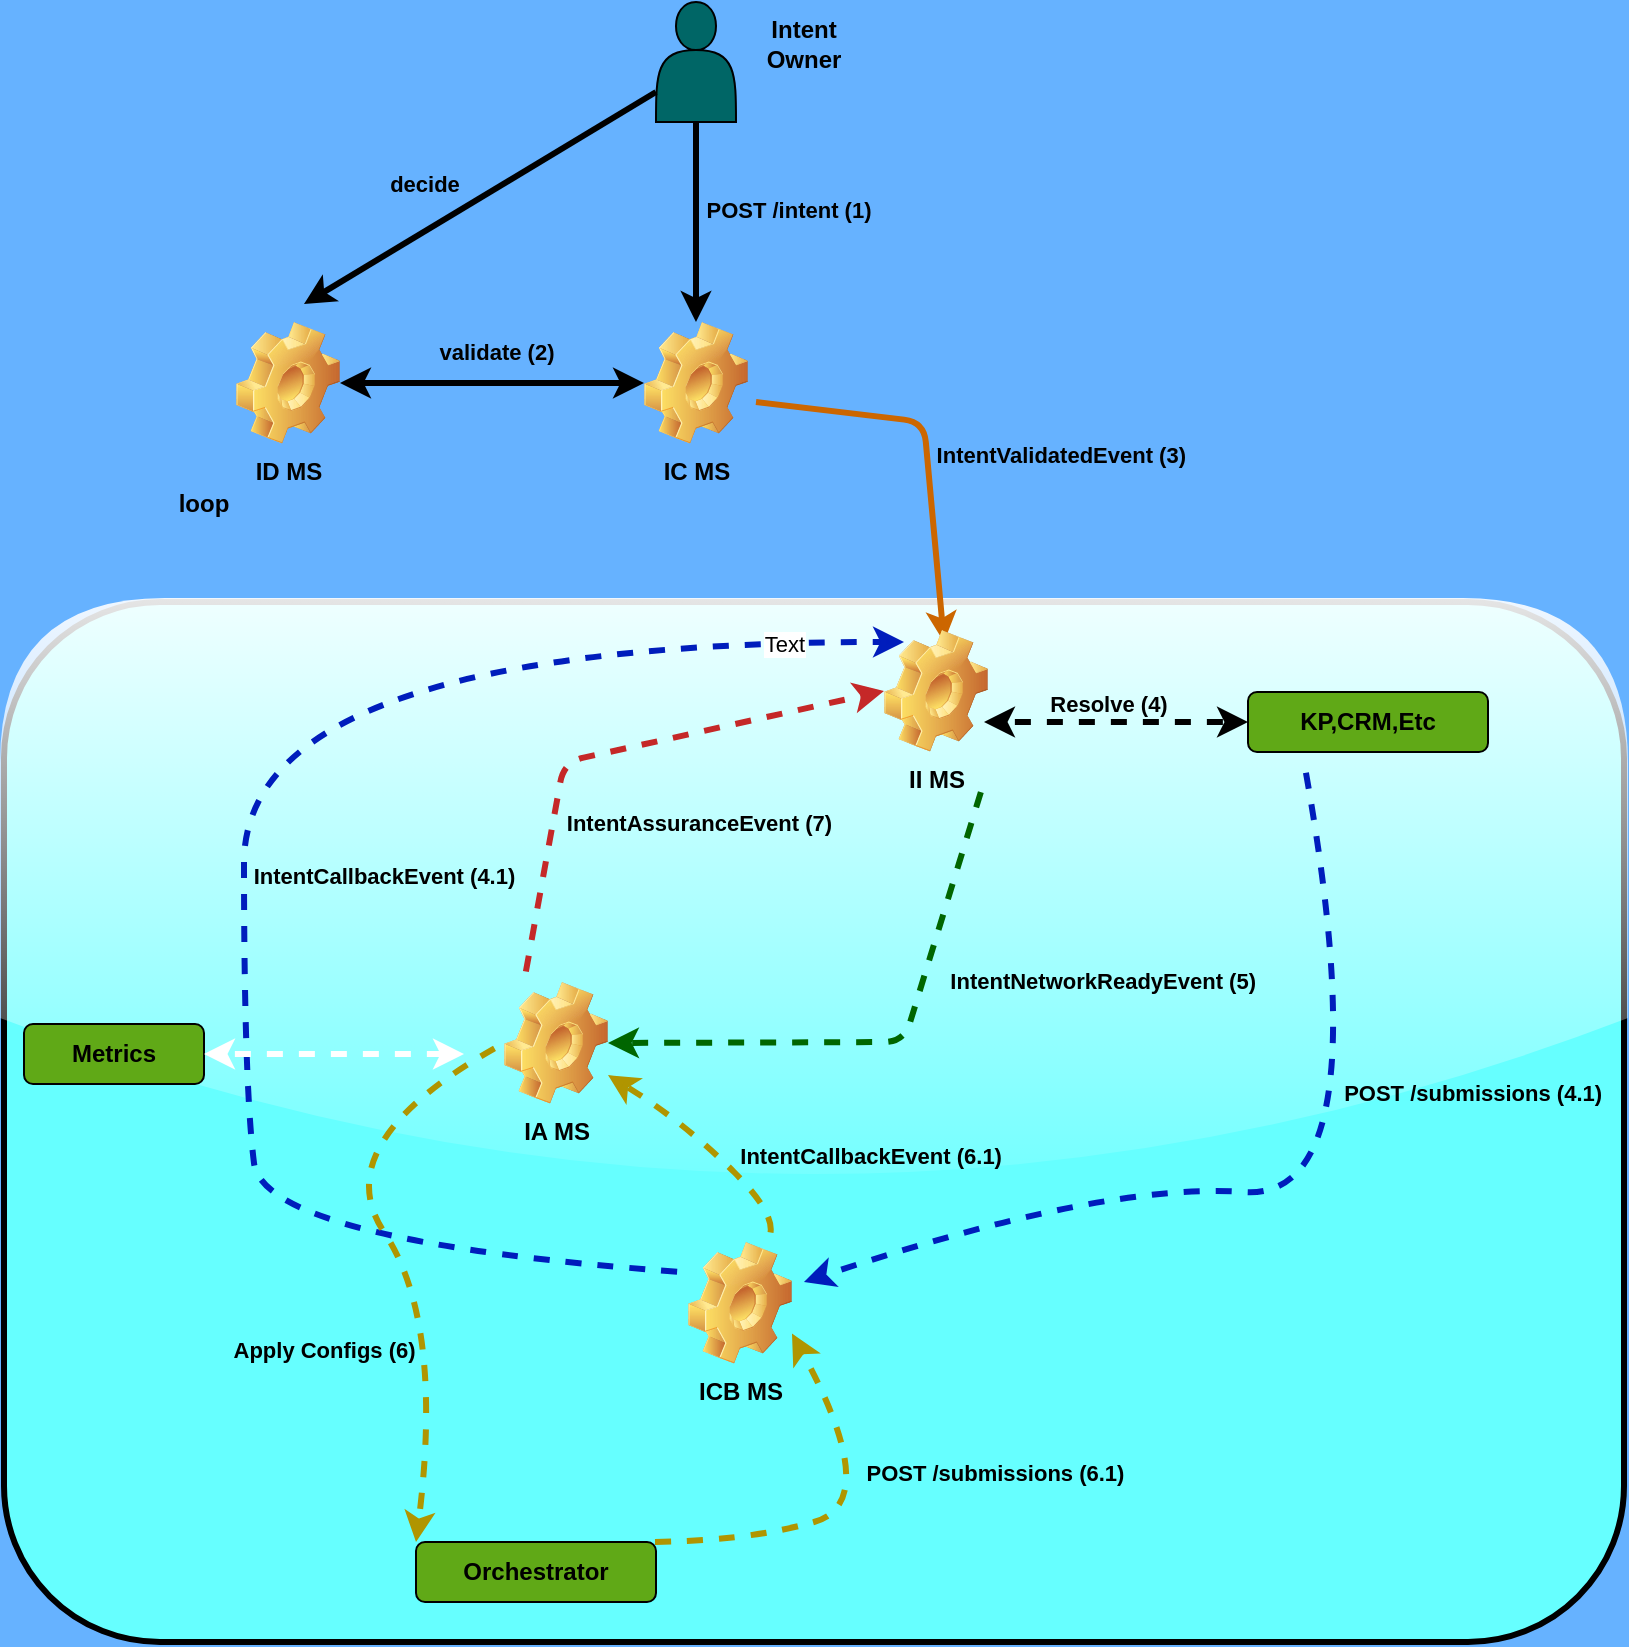
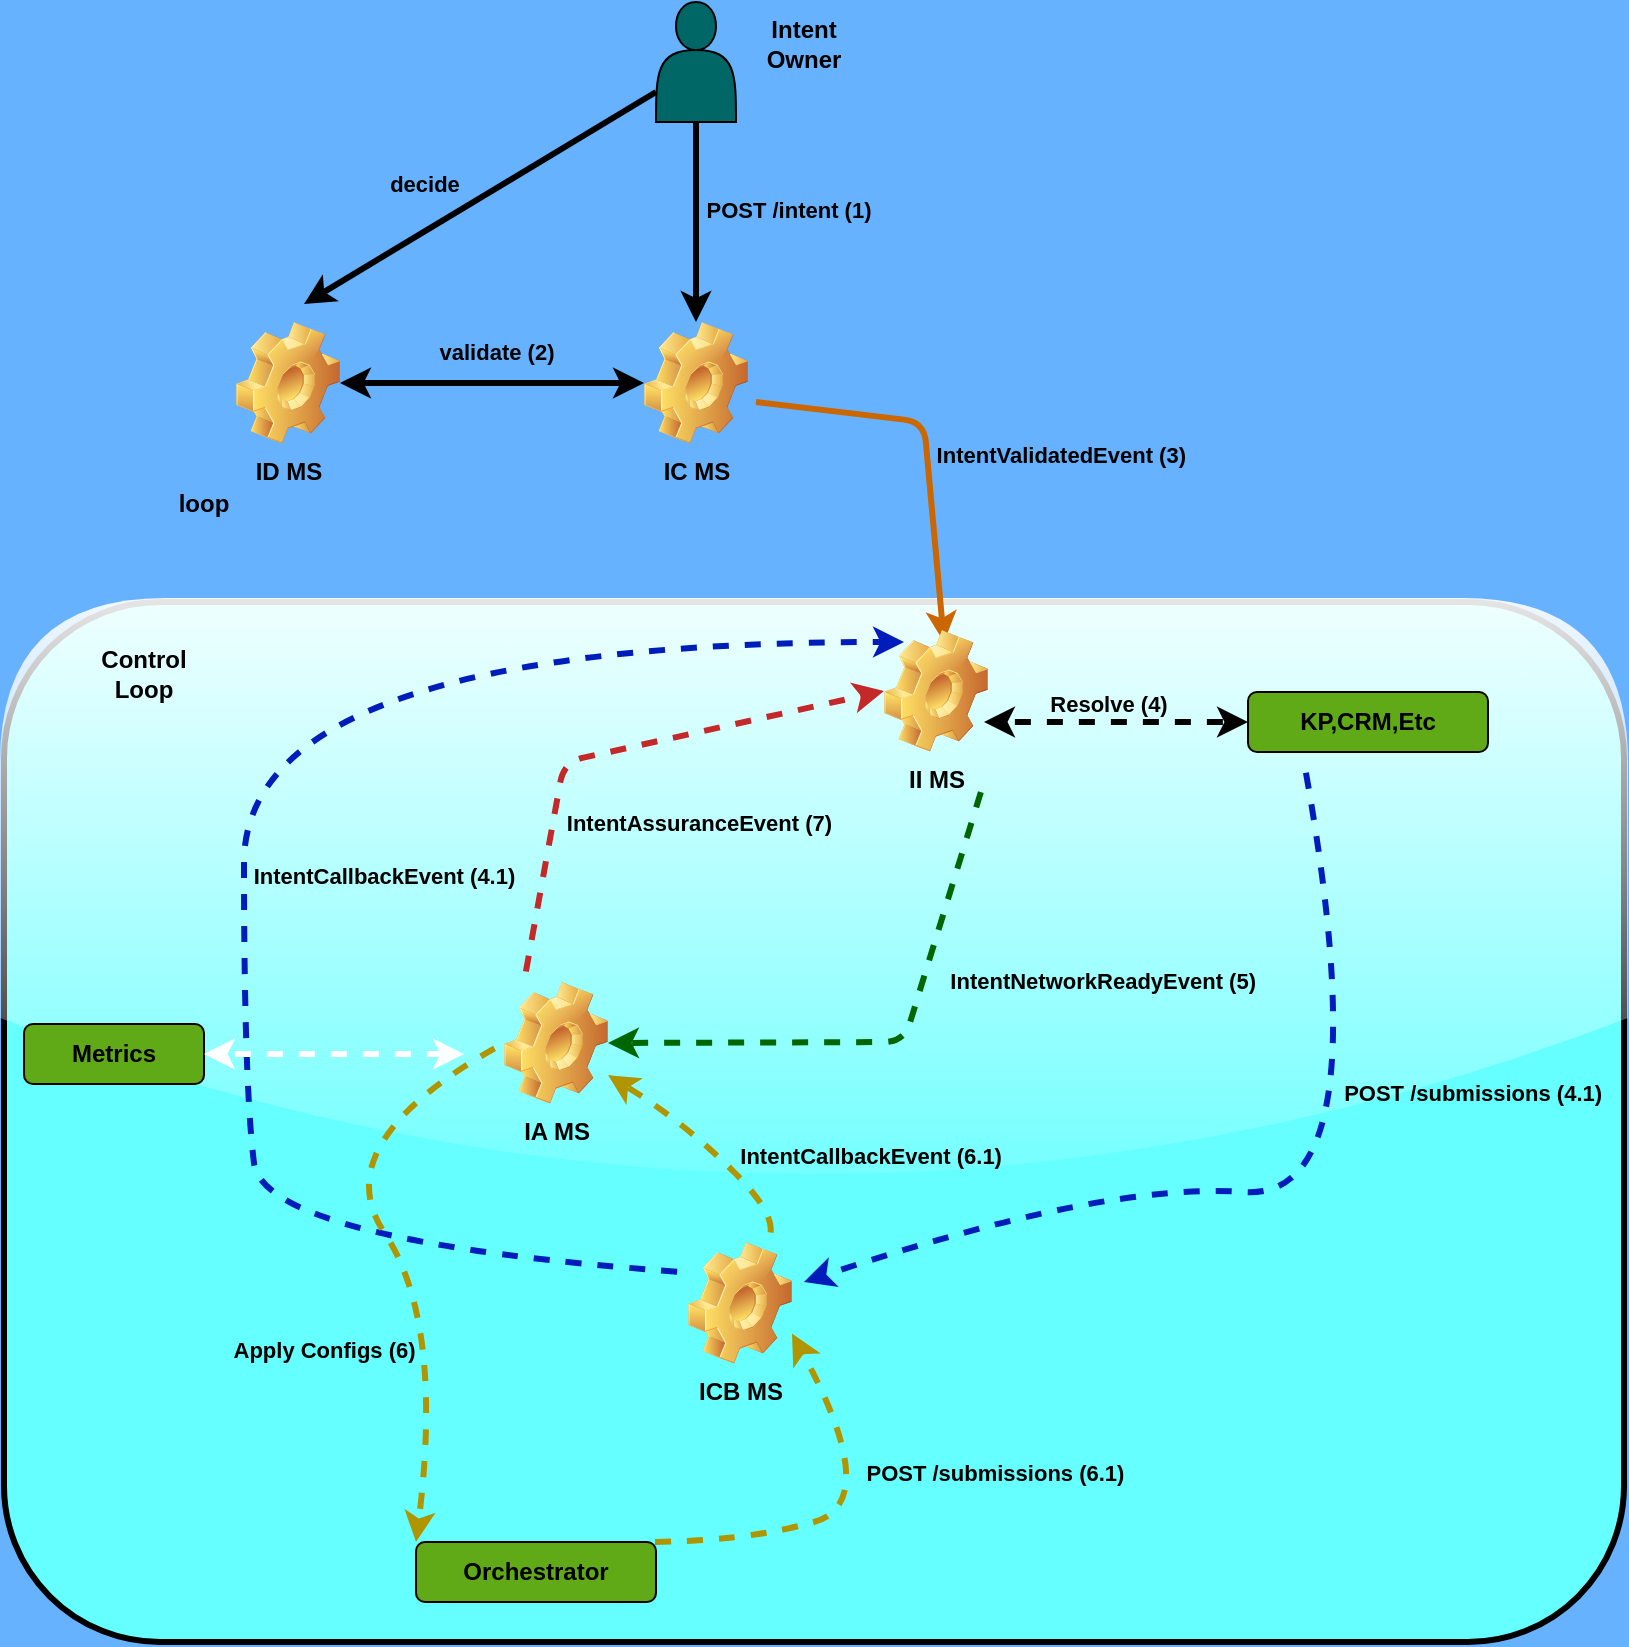
<mxfile host="65bd71144e">
    <diagram id="hkdiFI0e61aXNWWX01rr" name="Page-1">
        <mxGraphModel dx="904" dy="851" grid="1" gridSize="10" guides="1" tooltips="1" connect="1" arrows="1" fold="1" page="1" pageScale="1" pageWidth="827" pageHeight="1169" background="#66B2FF" math="0" shadow="0" adaptiveColors="none">
            <root>
                <mxCell id="0"/>
                <mxCell id="1" parent="0"/>
                <mxCell id="44" value="" style="rounded=1;whiteSpace=wrap;html=1;strokeWidth=3;glass=1;shadow=0;fillStyle=auto;fillColor=#66FFFF;fontColor=default;strokeColor=default;" parent="1" vertex="1">
                    <mxGeometry x="10" y="449" width="810" height="520" as="geometry"/>
                </mxCell>
                <mxCell id="2" value="IA MS" style="shape=image;html=1;verticalLabelPosition=bottom;verticalAlign=top;imageAspect=1;aspect=fixed;image=img/clipart/Gear_128x128.png;container=0;fontStyle=1" parent="1" vertex="1">
                    <mxGeometry x="260" y="639" width="52" height="61" as="geometry"/>
                </mxCell>
                <mxCell id="7" value="" style="endArrow=classic;html=1;shadow=0;flowAnimation=1;strokeWidth=3;strokeColor=light-dark(#c52828, #ededed);entryX=0;entryY=0.5;entryDx=0;entryDy=0;jumpStyle=arc;" parent="1" edge="1" target="28">
                    <mxGeometry width="50" height="50" relative="1" as="geometry">
                        <mxPoint x="270" y="639" as="sourcePoint"/>
                        <mxPoint x="430" y="489" as="targetPoint"/>
                        <Array as="points">
                            <mxPoint x="290" y="529"/>
                        </Array>
                    </mxGeometry>
                </mxCell>
                <mxCell id="9" value="IntentNetworkReadyEvent (5)" style="edgeLabel;align=center;verticalAlign=middle;resizable=0;points=[];container=0;fontColor=default;labelBackgroundColor=none;fontStyle=1;" parent="7" vertex="1" connectable="0">
                    <mxGeometry x="0.0249" y="3" relative="1" as="geometry">
                        <mxPoint x="241" y="118" as="offset"/>
                    </mxGeometry>
                </mxCell>
                <mxCell id="8" value="" style="endArrow=classic;html=1;entryX=1;entryY=0.5;entryDx=0;entryDy=0;exitX=1;exitY=1;exitDx=0;exitDy=0;flowAnimation=1;jumpStyle=arc;strokeWidth=3;strokeColor=#006600;" parent="1" target="2" edge="1">
                    <mxGeometry width="50" height="50" relative="1" as="geometry">
                        <mxPoint x="500" y="539" as="sourcePoint"/>
                        <mxPoint x="470" y="719" as="targetPoint"/>
                        <Array as="points">
                            <mxPoint x="460" y="669"/>
                        </Array>
                    </mxGeometry>
                </mxCell>
                <mxCell id="10" value="IntentAssuranceEvent (7)" style="edgeLabel;align=center;verticalAlign=middle;resizable=0;points=[];container=0;labelBackgroundColor=none;fontStyle=1" parent="8" vertex="1" connectable="0">
                    <mxGeometry x="-0.196" relative="1" as="geometry">
                        <mxPoint x="-109" y="-89" as="offset"/>
                    </mxGeometry>
                </mxCell>
                <mxCell id="12" value="IC MS" style="shape=image;html=1;verticalLabelPosition=bottom;verticalAlign=top;imageAspect=1;aspect=fixed;image=img/clipart/Gear_128x128.png;fontStyle=1" parent="1" vertex="1">
                    <mxGeometry x="330" y="309" width="52" height="61" as="geometry"/>
                </mxCell>
                <mxCell id="13" value="" style="shape=actor;whiteSpace=wrap;html=1;fillColor=#006666;strokeColor=default;" parent="1" vertex="1">
                    <mxGeometry x="336" y="149" width="40" height="60" as="geometry"/>
                </mxCell>
                <mxCell id="14" value="" style="endArrow=classic;html=1;exitX=0.5;exitY=1;exitDx=0;exitDy=0;strokeWidth=3;flowAnimation=0;" parent="1" source="13" target="12" edge="1">
                    <mxGeometry width="50" height="50" relative="1" as="geometry">
                        <mxPoint x="430" y="379" as="sourcePoint"/>
                        <mxPoint x="480" y="329" as="targetPoint"/>
                    </mxGeometry>
                </mxCell>
                <mxCell id="17" value="POST /intent (1)" style="edgeLabel;html=1;align=center;verticalAlign=middle;resizable=0;points=[];fontColor=default;fontStyle=1;labelBackgroundColor=none;" parent="14" vertex="1" connectable="0">
                    <mxGeometry x="-0.13" relative="1" as="geometry">
                        <mxPoint x="46" as="offset"/>
                    </mxGeometry>
                </mxCell>
                <mxCell id="15" value="ICB MS" style="shape=image;html=1;verticalLabelPosition=bottom;verticalAlign=top;imageAspect=1;aspect=fixed;image=img/clipart/Gear_128x128.png;fontStyle=1" parent="1" vertex="1">
                    <mxGeometry x="352" y="769" width="52" height="61" as="geometry"/>
                </mxCell>
                <mxCell id="16" value="" style="endArrow=classic;html=1;exitX=0.5;exitY=1;exitDx=0;exitDy=0;strokeWidth=3;flowAnimation=0;jumpStyle=arc;strokeColor=#CC6600;" parent="1" edge="1">
                    <mxGeometry width="50" height="50" relative="1" as="geometry">
                        <mxPoint x="386" y="349" as="sourcePoint"/>
                        <mxPoint x="480" y="469" as="targetPoint"/>
                        <Array as="points">
                            <mxPoint x="470" y="359"/>
                        </Array>
                    </mxGeometry>
                </mxCell>
                <mxCell id="18" value="IntentValidatedEvent (3)" style="edgeLabel;align=center;verticalAlign=middle;resizable=0;points=[];fontColor=default;fontStyle=1;labelBackgroundColor=none;" parent="16" vertex="1" connectable="0">
                    <mxGeometry x="0.0229" y="-3" relative="1" as="geometry">
                        <mxPoint x="70" as="offset"/>
                    </mxGeometry>
                </mxCell>
                <mxCell id="21" value="Orchestrator" style="rounded=1;whiteSpace=wrap;html=1;fillColor=#60a917;fontColor=default;strokeColor=default;fontStyle=1;" parent="1" vertex="1">
                    <mxGeometry x="216" y="919" width="120" height="30" as="geometry"/>
                </mxCell>
                <mxCell id="22" value="Intent Owner" style="text;html=1;align=center;verticalAlign=middle;whiteSpace=wrap;rounded=0;fontStyle=1" parent="1" vertex="1">
                    <mxGeometry x="380" y="155" width="60" height="30" as="geometry"/>
                </mxCell>
                <mxCell id="23" value="KP,CRM,Etc" style="rounded=1;whiteSpace=wrap;html=1;fillColor=#60a917;fontColor=default;strokeColor=default;fontStyle=1;" parent="1" vertex="1">
                    <mxGeometry x="632" y="494" width="120" height="30" as="geometry"/>
                </mxCell>
                <mxCell id="25" value="" style="endArrow=classic;startArrow=classic;html=1;exitX=1;exitY=0.5;exitDx=0;exitDy=0;entryX=0;entryY=0.5;entryDx=0;entryDy=0;endSize=6;strokeWidth=3;flowAnimation=1;" parent="1" target="23" edge="1">
                    <mxGeometry width="50" height="50" relative="1" as="geometry">
                        <mxPoint x="500" y="509" as="sourcePoint"/>
                        <mxPoint x="590" y="519" as="targetPoint"/>
                    </mxGeometry>
                </mxCell>
                <mxCell id="34" value="Resolve (4)" style="edgeLabel;html=1;align=center;verticalAlign=middle;resizable=0;points=[];fontStyle=1;labelBackgroundColor=none;" parent="25" vertex="1" connectable="0">
                    <mxGeometry x="-0.0667" relative="1" as="geometry">
                        <mxPoint y="-9" as="offset"/>
                    </mxGeometry>
                </mxCell>
                <mxCell id="28" value="II MS" style="shape=image;html=1;verticalLabelPosition=bottom;verticalAlign=top;imageAspect=1;aspect=fixed;image=img/clipart/Gear_128x128.png;fontStyle=1" parent="1" vertex="1">
                    <mxGeometry x="450" y="463" width="52" height="61" as="geometry"/>
                </mxCell>
                <mxCell id="29" value="ID MS" style="shape=image;html=1;verticalLabelPosition=bottom;verticalAlign=top;imageAspect=1;aspect=fixed;image=img/clipart/Gear_128x128.png;fontStyle=1" parent="1" vertex="1">
                    <mxGeometry x="126" y="309" width="52" height="61" as="geometry"/>
                </mxCell>
                <mxCell id="30" value="" style="endArrow=classic;startArrow=classic;html=1;exitX=1;exitY=0.5;exitDx=0;exitDy=0;entryX=0;entryY=0.5;entryDx=0;entryDy=0;strokeWidth=3;flowAnimation=0;" parent="1" source="29" target="12" edge="1">
                    <mxGeometry width="50" height="50" relative="1" as="geometry">
                        <mxPoint x="280" y="469" as="sourcePoint"/>
                        <mxPoint x="330" y="419" as="targetPoint"/>
                    </mxGeometry>
                </mxCell>
                <mxCell id="31" value="validate (2)" style="edgeLabel;html=1;align=center;verticalAlign=middle;resizable=0;points=[];fontStyle=1;labelBackgroundColor=none;" parent="30" vertex="1" connectable="0">
                    <mxGeometry y="2" relative="1" as="geometry">
                        <mxPoint x="2" y="-14" as="offset"/>
                    </mxGeometry>
                </mxCell>
                <mxCell id="32" value="" style="curved=1;endArrow=classic;html=1;strokeWidth=3;flowAnimation=1;fillColor=#0050ef;strokeColor=#001DBC;" parent="1" edge="1">
                    <mxGeometry width="50" height="50" relative="1" as="geometry">
                        <mxPoint x="660" y="529" as="sourcePoint"/>
                        <mxPoint x="410" y="789" as="targetPoint"/>
                        <Array as="points">
                            <mxPoint x="700" y="749"/>
                            <mxPoint x="560" y="739"/>
                        </Array>
                    </mxGeometry>
                </mxCell>
                <mxCell id="33" value="" style="curved=1;endArrow=classic;html=1;exitX=0;exitY=0.25;exitDx=0;exitDy=0;strokeWidth=3;flowAnimation=1;fillColor=#0050ef;strokeColor=#001DBC;" parent="1" source="15" edge="1">
                    <mxGeometry width="50" height="50" relative="1" as="geometry">
                        <mxPoint x="90" y="769" as="sourcePoint"/>
                        <mxPoint x="460" y="469" as="targetPoint"/>
                        <Array as="points">
                            <mxPoint x="140" y="769"/>
                            <mxPoint x="130" y="690"/>
                            <mxPoint x="130" y="469"/>
                        </Array>
                    </mxGeometry>
                </mxCell>
-                 <mxCell id="52" value="Text" style="edgeLabel;html=1;align=center;verticalAlign=middle;resizable=0;points=[];" vertex="1" connectable="0" parent="33">
-                     <mxGeometry x="0.8545" y="-1" relative="1" as="geometry">
-                         <mxPoint x="1" as="offset"/>
-                     </mxGeometry>
-                 </mxCell>
                <mxCell id="36" value="" style="curved=1;endArrow=classic;html=1;exitX=0;exitY=0.5;exitDx=0;exitDy=0;entryX=0;entryY=0;entryDx=0;entryDy=0;strokeWidth=3;fillColor=#e3c800;strokeColor=#B09500;flowAnimation=1;" parent="1" source="2" target="21" edge="1">
                    <mxGeometry width="50" height="50" relative="1" as="geometry">
                        <mxPoint x="230" y="859" as="sourcePoint"/>
                        <mxPoint x="280" y="809" as="targetPoint"/>
                        <Array as="points">
                            <mxPoint x="170" y="719"/>
                            <mxPoint x="230" y="809"/>
                        </Array>
                    </mxGeometry>
                </mxCell>
                <mxCell id="37" value="Apply Configs (6)" style="edgeLabel;align=center;verticalAlign=middle;resizable=0;points=[];labelBackgroundColor=none;fontColor=default;fontStyle=1" parent="36" vertex="1" connectable="0">
                    <mxGeometry x="0.2297" y="-7" relative="1" as="geometry">
                        <mxPoint x="-47" y="20" as="offset"/>
                    </mxGeometry>
                </mxCell>
                <mxCell id="38" value="" style="curved=1;endArrow=classic;html=1;entryX=1;entryY=0.75;entryDx=0;entryDy=0;fillColor=#e3c800;strokeColor=#B09500;strokeWidth=3;flowAnimation=1;" parent="1" target="15" edge="1">
                    <mxGeometry width="50" height="50" relative="1" as="geometry">
                        <mxPoint x="330" y="919" as="sourcePoint"/>
                        <mxPoint x="380" y="869" as="targetPoint"/>
                        <Array as="points">
                            <mxPoint x="380" y="919"/>
                            <mxPoint x="450" y="899"/>
                        </Array>
                    </mxGeometry>
                </mxCell>
                <mxCell id="39" value="POST /submissions (6.1)" style="edgeLabel;align=center;verticalAlign=middle;resizable=0;points=[];fontStyle=1;labelBackgroundColor=none;fontColor=default;" parent="38" vertex="1" connectable="0">
                    <mxGeometry x="0.3261" y="9" relative="1" as="geometry">
                        <mxPoint x="74" as="offset"/>
                    </mxGeometry>
                </mxCell>
                <mxCell id="40" value="" style="curved=1;endArrow=classic;html=1;exitX=0.75;exitY=0;exitDx=0;exitDy=0;fillColor=#e3c800;strokeColor=#B09500;strokeWidth=3;flowAnimation=1;" parent="1" source="15" target="2" edge="1">
                    <mxGeometry width="50" height="50" relative="1" as="geometry">
                        <mxPoint x="350" y="759" as="sourcePoint"/>
                        <mxPoint x="400" y="709" as="targetPoint"/>
                        <Array as="points">
                            <mxPoint x="400" y="759"/>
                            <mxPoint x="350" y="709"/>
                        </Array>
                    </mxGeometry>
                </mxCell>
                <mxCell id="41" value="IntentCallbackEvent (6.1)" style="edgeLabel;align=center;verticalAlign=middle;resizable=0;points=[];fontStyle=1;labelBackgroundColor=none;fontColor=default;" parent="40" vertex="1" connectable="0">
                    <mxGeometry x="-0.0281" relative="1" as="geometry">
                        <mxPoint x="78" y="1" as="offset"/>
                    </mxGeometry>
                </mxCell>
                <mxCell id="45" value="loop" style="text;html=1;align=center;verticalAlign=middle;whiteSpace=wrap;rounded=0;fontStyle=1" vertex="1" parent="1">
                    <mxGeometry x="80" y="385" width="60" height="30" as="geometry"/>
                </mxCell>
                <mxCell id="46" value="" style="endArrow=classic;html=1;exitX=0;exitY=0.75;exitDx=0;exitDy=0;strokeWidth=3;" edge="1" parent="1" source="13">
                    <mxGeometry width="50" height="50" relative="1" as="geometry">
                        <mxPoint x="170" y="220" as="sourcePoint"/>
                        <mxPoint x="160" y="300" as="targetPoint"/>
                    </mxGeometry>
                </mxCell>
                <mxCell id="47" value="decide" style="edgeLabel;html=1;align=center;verticalAlign=middle;resizable=0;points=[];labelBackgroundColor=none;fontStyle=1" vertex="1" connectable="0" parent="46">
                    <mxGeometry x="-0.0222" y="1" relative="1" as="geometry">
                        <mxPoint x="-31" y="-7" as="offset"/>
                    </mxGeometry>
                </mxCell>
                <mxCell id="48" value="Metrics" style="rounded=1;whiteSpace=wrap;html=1;fillColor=#60a917;fontColor=default;strokeColor=default;fontStyle=1" vertex="1" parent="1">
                    <mxGeometry x="20" y="660" width="90" height="30" as="geometry"/>
                </mxCell>
                <mxCell id="49" value="" style="endArrow=classic;startArrow=classic;html=1;exitX=1;exitY=0.5;exitDx=0;exitDy=0;strokeWidth=3;flowAnimation=1;strokeColor=#FFFFFF;jumpStyle=arc;" edge="1" parent="1" source="48">
                    <mxGeometry width="50" height="50" relative="1" as="geometry">
                        <mxPoint x="150" y="720" as="sourcePoint"/>
                        <mxPoint x="240" y="675" as="targetPoint"/>
                    </mxGeometry>
                </mxCell>
                <mxCell id="50" value="IntentCallbackEvent (4.1)" style="edgeLabel;align=center;verticalAlign=middle;resizable=0;points=[];fontStyle=1;labelBackgroundColor=none;fontColor=default;" vertex="1" connectable="0" parent="1">
                    <mxGeometry x="200.0011238408634" y="585.0011238408631" as="geometry"/>
                </mxCell>
                <mxCell id="51" value="POST /submissions (4.1)" style="edgeLabel;align=center;verticalAlign=middle;resizable=0;points=[];fontStyle=1;labelBackgroundColor=none;fontColor=default;" vertex="1" connectable="0" parent="1">
                    <mxGeometry x="744.3029013611379" y="693.5364916215115" as="geometry"/>
+                 </mxCell>
+                 <mxCell id="54" value="Control Loop" style="text;html=1;align=center;verticalAlign=middle;whiteSpace=wrap;rounded=0;fontStyle=1" vertex="1" parent="1">
+                     <mxGeometry x="50" y="470" width="60" height="30" as="geometry"/>
                </mxCell>
            </root>
        </mxGraphModel>
    </diagram>
</mxfile>